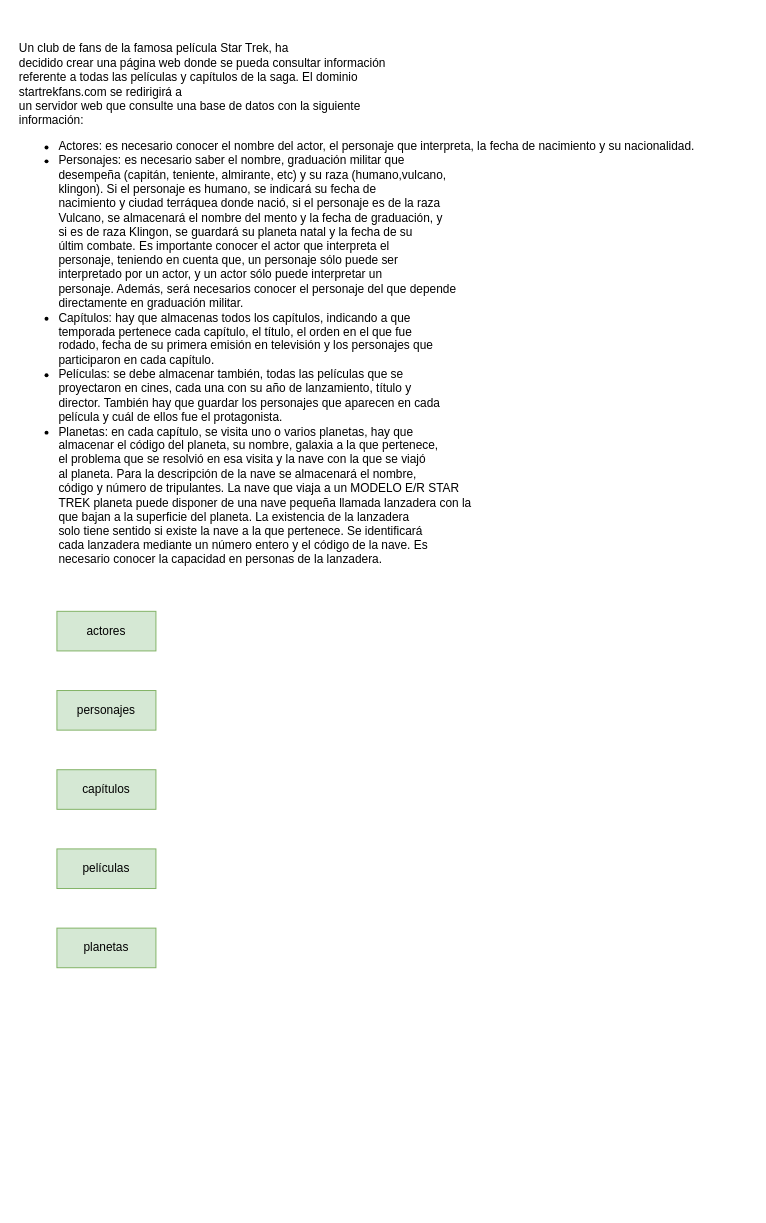
Earlier version of the draw.io diagram page "Paso 1" (1 of 2) of Tareas/Tema 2/Tarea 10/Ejercicio10.drawio (JCarlosAR032/base-de-datos). Source tidied: cells renumbered, new cells numbered last; positions are measured from the earlier drawing's top-left corner, leaving out a move shared by most shapes. Both pictures are drawn from the tidied source at 99%, with x=0, y=0 at pixel (17, 17).
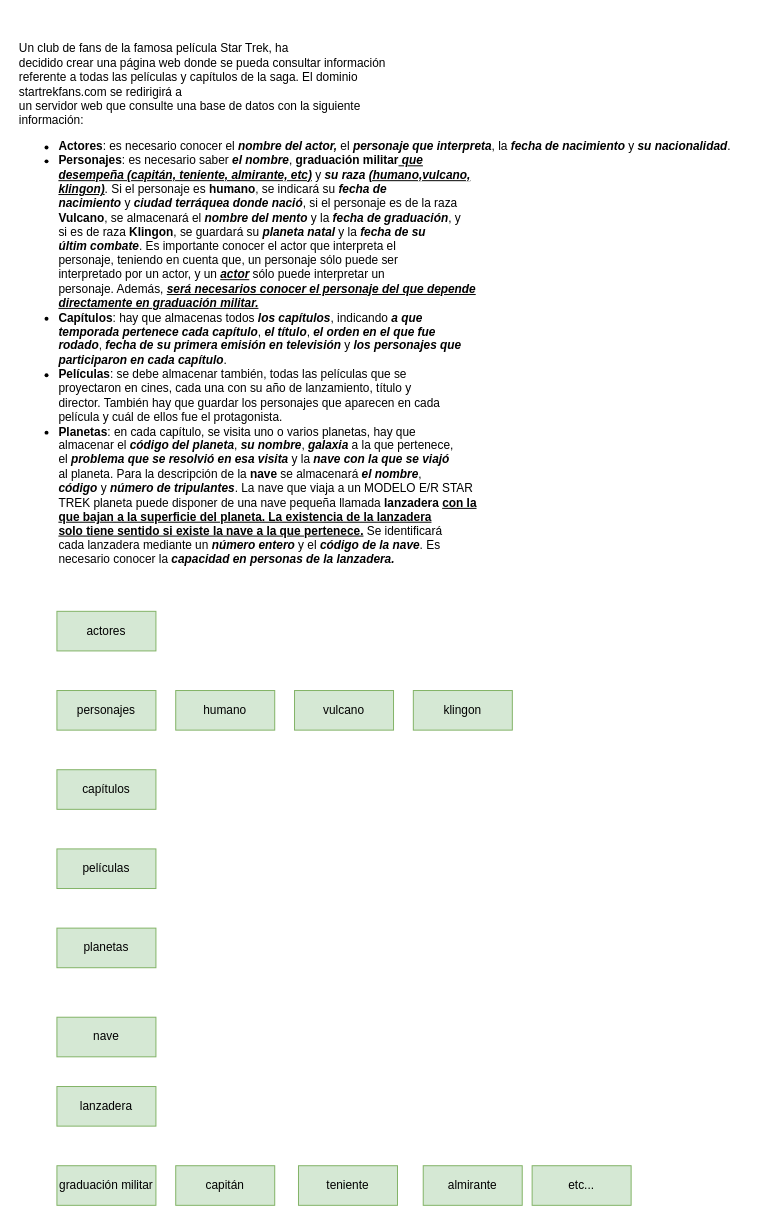
Above is the later version.

What changed in the source:
```diff
@@
 <mxGraphModel>
   <root>
     <mxCell id="0" />
     <mxCell id="1" parent="0" />
-    <mxCell id="2" value="&lt;p dir=&quot;auto&quot; align=&quot;left&quot;&gt;Un club de fans de la famosa película Star Trek, ha &lt;br&gt;decidido crear una página web donde se pueda consultar información &lt;br&gt;referente a todas las películas y capítulos de la saga. El dominio &lt;br&gt;startrekfans.com se redirigirá a&lt;br&gt;un servidor web que consulte una base de datos con la siguiente &lt;br&gt;información:&lt;br&gt;&lt;/p&gt;&lt;div align=&quot;left&quot;&gt;&lt;ul dir=&quot;auto&quot;&gt;&lt;li&gt;Actores: es necesario conocer el nombre del actor, el personaje que interpreta, la fecha de nacimiento y su nacionalidad.&lt;/li&gt;&lt;li&gt;Personajes: es necesario saber el nombre, graduación militar que&lt;br&gt;desempeña (capitán, teniente, almirante, etc) y su raza (humano,vulcano,&lt;br&gt; klingon). Si el personaje es humano, se indicará su fecha de&lt;br&gt;nacimiento y ciudad terráquea donde nació, si el personaje es de la raza&lt;br&gt; Vulcano, se almacenará el nombre del mento y la fecha de graduación, y &lt;br&gt;si es de raza Klingon, se guardará su planeta natal y la fecha de su &lt;br&gt;últim combate. Es importante conocer el actor que interpreta el &lt;br&gt;personaje, teniendo en cuenta que, un personaje sólo puede ser &lt;br&gt;interpretado por un actor, y un actor sólo puede interpretar un &lt;br&gt;personaje. Además, será necesarios conocer el personaje del que depende &lt;br&gt;directamente en graduación militar.&lt;/li&gt;&lt;li&gt;Capítulos: hay que almacenas todos los capítulos, indicando a que &lt;br&gt;temporada pertenece cada capítulo, el título, el orden en el que fue &lt;br&gt;rodado, fecha de su primera emisión en televisión y los personajes que &lt;br&gt;participaron en cada capítulo.&lt;/li&gt;&lt;li&gt;Películas: se debe almacenar también, todas las películas que se &lt;br&gt;proyectaron en cines, cada una con su año de lanzamiento, título y &lt;br&gt;director. También hay que guardar los personajes que aparecen en cada &lt;br&gt;película y cuál de ellos fue el protagonista.&lt;/li&gt;&lt;li&gt;Planetas: en cada capítulo, se visita uno o varios planetas, hay que&lt;br&gt; almacenar el código del planeta, su nombre, galaxia a la que pertenece,&lt;br&gt; el problema que se resolvió en esa visita y la nave con la que se viajó&lt;br&gt; al planeta. Para la descripción de la nave se almacenará el nombre, &lt;br&gt;código y número de tripulantes. La nave que viaja a un MODELO E/R STAR &lt;br&gt;TREK planeta puede disponer de una nave pequeña llamada lanzadera con la&lt;br&gt; que bajan a la superficie del planeta. La existencia de la lanzadera &lt;br&gt;solo tiene sentido si existe la nave a la que pertenece. Se identificará&lt;br&gt; cada lanzadera mediante un número entero y el código de la nave. Es &lt;br&gt;necesario conocer la capacidad en personas de la lanzadera.&lt;/li&gt;&lt;/ul&gt;&lt;/div&gt;" style="text;html=1;align=left;verticalAlign=middle;strokeColor=none;fillColor=none;" parent="1" vertex="1">
-      <mxGeometry width="700" height="580" as="geometry" />
+    <mxCell id="2" value="&lt;p dir=&quot;auto&quot; align=&quot;left&quot;&gt;Un club de fans de la famosa película Star Trek, ha &lt;br&gt;decidido crear una página web donde se pueda consultar información &lt;br&gt;referente a todas las películas y capítulos de la saga. El dominio &lt;br&gt;startrekfans.com se redirigirá a&lt;br&gt;un servidor web que consulte una base de datos con la siguiente &lt;br&gt;información:&lt;br&gt;&lt;/p&gt;&lt;div align=&quot;left&quot;&gt;&lt;ul dir=&quot;auto&quot;&gt;&lt;li&gt;&lt;b&gt;Actores&lt;/b&gt;: es necesario conocer el &lt;i&gt;&lt;b&gt;nombre del actor,&lt;/b&gt;&lt;/i&gt; el &lt;b&gt;&lt;i&gt;personaje que interpreta&lt;/i&gt;&lt;/b&gt;, la &lt;b&gt;&lt;i&gt;fecha de nacimiento&lt;/i&gt;&lt;/b&gt; y &lt;b&gt;&lt;i&gt;su nacionalidad&lt;/i&gt;&lt;/b&gt;.&lt;/li&gt;&lt;li&gt;&lt;b&gt;Personajes&lt;/b&gt;: es necesario saber &lt;b&gt;&lt;i&gt;el nombre&lt;/i&gt;&lt;/b&gt;, &lt;b&gt;graduación militar&lt;i&gt;&lt;u&gt; que&lt;br&gt;desempeña (capitán, teniente, almirante, etc)&lt;/u&gt;&lt;/i&gt;&lt;/b&gt; y &lt;b&gt;&lt;i&gt;su raza&lt;/i&gt;&lt;/b&gt; &lt;u&gt;&lt;b&gt;&lt;i&gt;(humano,vulcano,&lt;br&gt; klingon)&lt;/i&gt;&lt;/b&gt;&lt;/u&gt;. Si el personaje es &lt;b&gt;humano&lt;/b&gt;, se indicará su &lt;b&gt;&lt;i&gt;fecha de&lt;br&gt;nacimiento&lt;/i&gt;&lt;/b&gt; y &lt;i&gt;&lt;b&gt;ciudad terráquea donde nació&lt;/b&gt;&lt;/i&gt;, si el personaje es de la raza&lt;br&gt; &lt;b&gt;Vulcano&lt;/b&gt;, se almacenará el &lt;i&gt;&lt;b&gt;nombre del mento&lt;/b&gt;&lt;/i&gt; y la &lt;b&gt;&lt;i&gt;fecha de graduación&lt;/i&gt;&lt;/b&gt;, y &lt;br&gt;si es de raza &lt;b&gt;Klingon&lt;/b&gt;, se guardará su &lt;b&gt;&lt;i&gt;planeta natal&lt;/i&gt;&lt;/b&gt; y la &lt;b&gt;&lt;i&gt;fecha de su &lt;br&gt;últim combate&lt;/i&gt;&lt;/b&gt;. Es importante conocer el actor que interpreta el &lt;br&gt;personaje, teniendo en cuenta que, un personaje sólo puede ser &lt;br&gt;interpretado por un actor, y un &lt;b&gt;&lt;i&gt;&lt;u&gt;actor&lt;/u&gt;&lt;/i&gt;&lt;/b&gt; sólo puede interpretar un &lt;br&gt;personaje. Además, &lt;b&gt;&lt;i&gt;&lt;u&gt;será necesarios conocer el personaje del que depende &lt;br&gt;directamente en graduación militar.&lt;br&gt;&lt;/u&gt;&lt;/i&gt;&lt;/b&gt;&lt;/li&gt;&lt;li&gt;&lt;b&gt;Capítulos&lt;/b&gt;: hay que almacenas todos &lt;b&gt;&lt;i&gt;los capítulos&lt;/i&gt;&lt;/b&gt;, indicando &lt;b&gt;&lt;i&gt;a que &lt;br&gt;temporada pertenece cada capítulo&lt;/i&gt;&lt;/b&gt;, &lt;i&gt;&lt;b&gt;el título&lt;/b&gt;&lt;/i&gt;, &lt;b&gt;&lt;i&gt;el orden en el que fue &lt;br&gt;rodado&lt;/i&gt;&lt;/b&gt;, &lt;b&gt;&lt;i&gt;fecha de su primera emisión en televisión&lt;/i&gt;&lt;/b&gt; y &lt;b&gt;&lt;i&gt;los personajes que &lt;br&gt;participaron en cada capítulo&lt;/i&gt;&lt;/b&gt;.&lt;/li&gt;&lt;li&gt;&lt;b&gt;Películas&lt;/b&gt;: se debe almacenar también, todas las películas que se &lt;br&gt;proyectaron en cines, cada una con su año de lanzamiento, título y &lt;br&gt;director. También hay que guardar los personajes que aparecen en cada &lt;br&gt;película y cuál de ellos fue el protagonista.&lt;/li&gt;&lt;li&gt;&lt;b&gt;Planetas&lt;/b&gt;: en cada capítulo, se visita uno o varios planetas, hay que&lt;br&gt; almacenar el &lt;b&gt;&lt;i&gt;código del planeta&lt;/i&gt;&lt;/b&gt;, &lt;b&gt;&lt;i&gt;su nombre&lt;/i&gt;&lt;/b&gt;, &lt;i&gt;&lt;b&gt;galaxia&lt;/b&gt;&lt;/i&gt; a la que pertenece,&lt;br&gt; el &lt;b&gt;&lt;i&gt;problema que se resolvió en esa visita&lt;/i&gt;&lt;/b&gt; y la &lt;b&gt;&lt;i&gt;nave con la que se viajó&lt;/i&gt;&lt;/b&gt;&lt;br&gt; al planeta. Para la descripción de la &lt;b&gt;nave&lt;/b&gt; se almacenará &lt;b&gt;&lt;i&gt;el nombre&lt;/i&gt;&lt;/b&gt;, &lt;br&gt;&lt;b&gt;&lt;i&gt;código&lt;/i&gt;&lt;/b&gt; y &lt;b&gt;&lt;i&gt;número de tripulantes&lt;/i&gt;&lt;/b&gt;. La nave que viaja a un MODELO E/R STAR &lt;br&gt;TREK planeta puede disponer de una nave pequeña llamada &lt;b&gt;lanzadera&lt;/b&gt; &lt;b&gt;&lt;u&gt;con la&lt;br&gt; que bajan a la superficie del planeta.&lt;/u&gt;&lt;u&gt; La existencia de la lanzadera &lt;br&gt;solo tiene sentido si existe la nave a la que pertenece.&lt;/u&gt;&lt;/b&gt; Se identificará&lt;br&gt; cada lanzadera mediante un &lt;b&gt;&lt;i&gt;número entero&lt;/i&gt;&lt;/b&gt; y el &lt;b&gt;&lt;i&gt;código de la nave&lt;/i&gt;&lt;/b&gt;. Es &lt;br&gt;necesario conocer la &lt;b&gt;&lt;i&gt;capacidad en personas de la lanzadera.&lt;/i&gt;&lt;/b&gt;&lt;/li&gt;&lt;/ul&gt;&lt;/div&gt;" style="text;html=1;align=left;verticalAlign=middle;strokeColor=none;fillColor=none;" parent="1" vertex="1">
+      <mxGeometry width="740" height="580" as="geometry" />
     </mxCell>
     <mxCell id="3" value="actores" style="whiteSpace=wrap;html=1;align=center;fillColor=#d5e8d4;strokeColor=#82b366;" parent="1" vertex="1">
       <mxGeometry x="40" y="600" width="100" height="40" as="geometry" />
     </mxCell>
     <mxCell id="4" value="personajes" style="whiteSpace=wrap;html=1;align=center;fillColor=#d5e8d4;strokeColor=#82b366;" parent="1" vertex="1">
       <mxGeometry x="40" y="680" width="100" height="40" as="geometry" />
     </mxCell>
     <mxCell id="5" value="capítulos" style="whiteSpace=wrap;html=1;align=center;fillColor=#d5e8d4;strokeColor=#82b366;" parent="1" vertex="1">
       <mxGeometry x="40" y="760" width="100" height="40" as="geometry" />
     </mxCell>
     <mxCell id="6" value="películas" style="whiteSpace=wrap;html=1;align=center;fillColor=#d5e8d4;strokeColor=#82b366;" parent="1" vertex="1">
       <mxGeometry x="40" y="840" width="100" height="40" as="geometry" />
     </mxCell>
     <mxCell id="7" value="planetas" style="whiteSpace=wrap;html=1;align=center;fillColor=#d5e8d4;strokeColor=#82b366;" parent="1" vertex="1">
       <mxGeometry x="40" y="920" width="100" height="40" as="geometry" />
     </mxCell>
+    <mxCell id="8" value="humano" style="whiteSpace=wrap;html=1;align=center;fillColor=#d5e8d4;strokeColor=#82b366;" parent="1" vertex="1">
+      <mxGeometry x="160" y="680" width="100" height="40" as="geometry" />
+    </mxCell>
+    <mxCell id="9" value="vulcano" style="whiteSpace=wrap;html=1;align=center;fillColor=#d5e8d4;strokeColor=#82b366;" parent="1" vertex="1">
+      <mxGeometry x="280" y="680" width="100" height="40" as="geometry" />
+    </mxCell>
+    <mxCell id="10" value="klingon" style="whiteSpace=wrap;html=1;align=center;fillColor=#d5e8d4;strokeColor=#82b366;" parent="1" vertex="1">
+      <mxGeometry x="400" y="680" width="100" height="40" as="geometry" />
+    </mxCell>
+    <mxCell id="11" value="nave" style="whiteSpace=wrap;html=1;align=center;fillColor=#d5e8d4;strokeColor=#82b366;" parent="1" vertex="1">
+      <mxGeometry x="40" y="1010" width="100" height="40" as="geometry" />
+    </mxCell>
+    <mxCell id="12" value="lanzadera" style="whiteSpace=wrap;html=1;align=center;fillColor=#d5e8d4;strokeColor=#82b366;" parent="1" vertex="1">
+      <mxGeometry x="40" y="1080" width="100" height="40" as="geometry" />
+    </mxCell>
+    <mxCell id="13" value="graduación militar" style="whiteSpace=wrap;html=1;align=center;fillColor=#d5e8d4;strokeColor=#82b366;" parent="1" vertex="1">
+      <mxGeometry x="40" y="1160" width="100" height="40" as="geometry" />
+    </mxCell>
+    <mxCell id="14" value="capitán" style="whiteSpace=wrap;html=1;align=center;fillColor=#d5e8d4;strokeColor=#82b366;" parent="1" vertex="1">
+      <mxGeometry x="160" y="1160" width="100" height="40" as="geometry" />
+    </mxCell>
+    <mxCell id="15" value="teniente" style="whiteSpace=wrap;html=1;align=center;fillColor=#d5e8d4;strokeColor=#82b366;" parent="1" vertex="1">
+      <mxGeometry x="284" y="1160" width="100" height="40" as="geometry" />
+    </mxCell>
+    <mxCell id="16" value="almirante" style="whiteSpace=wrap;html=1;align=center;fillColor=#d5e8d4;strokeColor=#82b366;" parent="1" vertex="1">
+      <mxGeometry x="410" y="1160" width="100" height="40" as="geometry" />
+    </mxCell>
+    <mxCell id="17" value="etc..." style="whiteSpace=wrap;html=1;align=center;fillColor=#d5e8d4;strokeColor=#82b366;" parent="1" vertex="1">
+      <mxGeometry x="520" y="1160" width="100" height="40" as="geometry" />
+    </mxCell>
   </root>
 </mxGraphModel>
```
